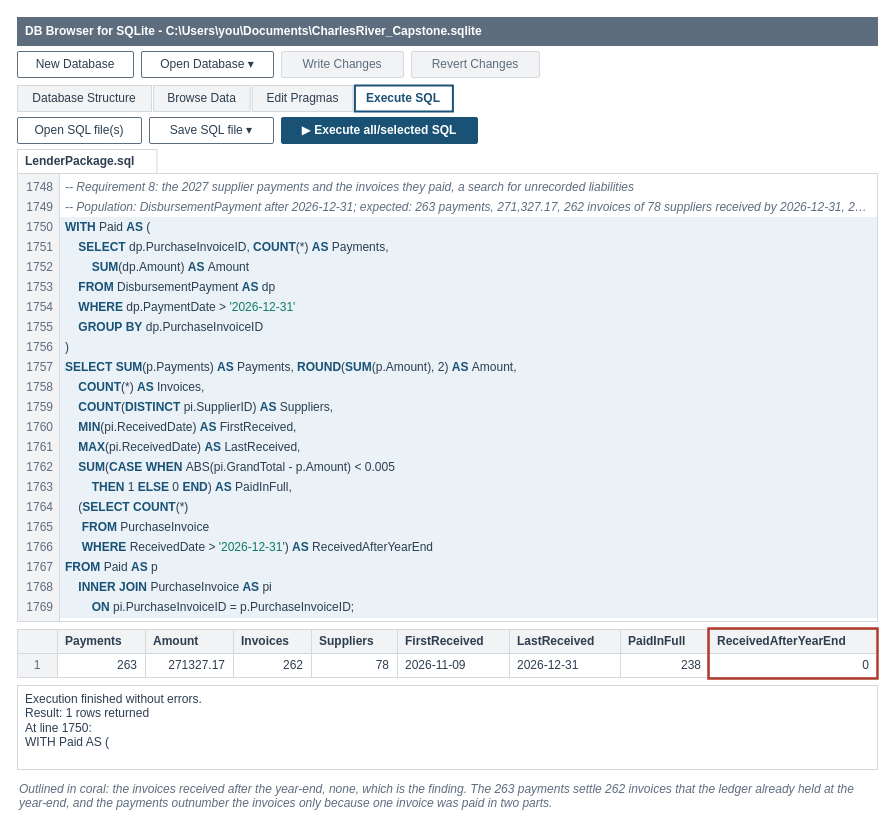
Before: facts/instructor/figures/chapter-17-statements-for-a-lender/IF-17-8-A.drawio in mmcodesso/Accounting_Analytics_Book, a draw.io diagram. Source tidied: cells renumbered, new cells numbered last; positions are measured from the earlier drawing's top-left corner, leaving out a move shared by most shapes. Both pictures are drawn from the tidied source at 100%, with x=0, y=0 at pixel (17, 17).
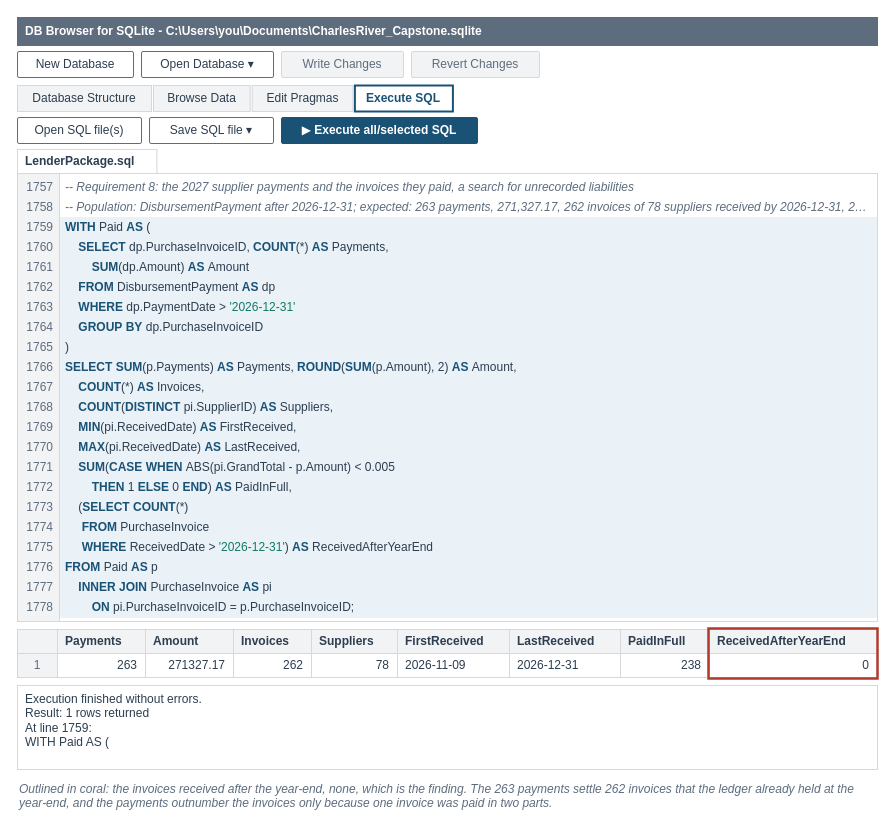
After the change.

Diff of the diagram source:
```diff
@@
-    <mxCell id="19" value="1748" style="text;html=1;whiteSpace=wrap;align=right;verticalAlign=middle;fontSize=12;fontColor=#5D6D7E;fontStyle=0;fontFamily=Helvetica;spacing=2;fillColor=none;strokeColor=none;" parent="1" vertex="1">
+    <mxCell id="19" value="1757" style="text;html=1;whiteSpace=wrap;align=right;verticalAlign=middle;fontSize=12;fontColor=#5D6D7E;fontStyle=0;fontFamily=Helvetica;spacing=2;fillColor=none;strokeColor=none;" parent="1" vertex="1">
       <mxGeometry y="160" width="38" height="20" as="geometry" />
     </mxCell>
@@
-    <mxCell id="21" value="1749" style="text;html=1;whiteSpace=wrap;align=right;verticalAlign=middle;fontSize=12;fontColor=#5D6D7E;fontStyle=0;fontFamily=Helvetica;spacing=2;fillColor=none;strokeColor=none;" parent="1" vertex="1">
+    <mxCell id="21" value="1758" style="text;html=1;whiteSpace=wrap;align=right;verticalAlign=middle;fontSize=12;fontColor=#5D6D7E;fontStyle=0;fontFamily=Helvetica;spacing=2;fillColor=none;strokeColor=none;" parent="1" vertex="1">
       <mxGeometry y="180" width="38" height="20" as="geometry" />
     </mxCell>
@@
-    <mxCell id="23" value="1750" style="text;html=1;whiteSpace=wrap;align=right;verticalAlign=middle;fontSize=12;fontColor=#5D6D7E;fontStyle=0;fontFamily=Helvetica;spacing=2;fillColor=none;strokeColor=none;" parent="1" vertex="1">
+    <mxCell id="23" value="1759" style="text;html=1;whiteSpace=wrap;align=right;verticalAlign=middle;fontSize=12;fontColor=#5D6D7E;fontStyle=0;fontFamily=Helvetica;spacing=2;fillColor=none;strokeColor=none;" parent="1" vertex="1">
       <mxGeometry y="200" width="38" height="20" as="geometry" />
     </mxCell>
@@
-    <mxCell id="25" value="1751" style="text;html=1;whiteSpace=wrap;align=right;verticalAlign=middle;fontSize=12;fontColor=#5D6D7E;fontStyle=0;fontFamily=Helvetica;spacing=2;fillColor=none;strokeColor=none;" parent="1" vertex="1">
+    <mxCell id="25" value="1760" style="text;html=1;whiteSpace=wrap;align=right;verticalAlign=middle;fontSize=12;fontColor=#5D6D7E;fontStyle=0;fontFamily=Helvetica;spacing=2;fillColor=none;strokeColor=none;" parent="1" vertex="1">
       <mxGeometry y="220" width="38" height="20" as="geometry" />
     </mxCell>
@@
-    <mxCell id="27" value="1752" style="text;html=1;whiteSpace=wrap;align=right;verticalAlign=middle;fontSize=12;fontColor=#5D6D7E;fontStyle=0;fontFamily=Helvetica;spacing=2;fillColor=none;strokeColor=none;" parent="1" vertex="1">
+    <mxCell id="27" value="1761" style="text;html=1;whiteSpace=wrap;align=right;verticalAlign=middle;fontSize=12;fontColor=#5D6D7E;fontStyle=0;fontFamily=Helvetica;spacing=2;fillColor=none;strokeColor=none;" parent="1" vertex="1">
       <mxGeometry y="240" width="38" height="20" as="geometry" />
     </mxCell>
@@
-    <mxCell id="29" value="1753" style="text;html=1;whiteSpace=wrap;align=right;verticalAlign=middle;fontSize=12;fontColor=#5D6D7E;fontStyle=0;fontFamily=Helvetica;spacing=2;fillColor=none;strokeColor=none;" parent="1" vertex="1">
+    <mxCell id="29" value="1762" style="text;html=1;whiteSpace=wrap;align=right;verticalAlign=middle;fontSize=12;fontColor=#5D6D7E;fontStyle=0;fontFamily=Helvetica;spacing=2;fillColor=none;strokeColor=none;" parent="1" vertex="1">
       <mxGeometry y="260" width="38" height="20" as="geometry" />
     </mxCell>
@@
-    <mxCell id="31" value="1754" style="text;html=1;whiteSpace=wrap;align=right;verticalAlign=middle;fontSize=12;fontColor=#5D6D7E;fontStyle=0;fontFamily=Helvetica;spacing=2;fillColor=none;strokeColor=none;" parent="1" vertex="1">
+    <mxCell id="31" value="1763" style="text;html=1;whiteSpace=wrap;align=right;verticalAlign=middle;fontSize=12;fontColor=#5D6D7E;fontStyle=0;fontFamily=Helvetica;spacing=2;fillColor=none;strokeColor=none;" parent="1" vertex="1">
       <mxGeometry y="280" width="38" height="20" as="geometry" />
     </mxCell>
@@
-    <mxCell id="33" value="1755" style="text;html=1;whiteSpace=wrap;align=right;verticalAlign=middle;fontSize=12;fontColor=#5D6D7E;fontStyle=0;fontFamily=Helvetica;spacing=2;fillColor=none;strokeColor=none;" parent="1" vertex="1">
+    <mxCell id="33" value="1764" style="text;html=1;whiteSpace=wrap;align=right;verticalAlign=middle;fontSize=12;fontColor=#5D6D7E;fontStyle=0;fontFamily=Helvetica;spacing=2;fillColor=none;strokeColor=none;" parent="1" vertex="1">
       <mxGeometry y="300" width="38" height="20" as="geometry" />
     </mxCell>
@@
-    <mxCell id="35" value="1756" style="text;html=1;whiteSpace=wrap;align=right;verticalAlign=middle;fontSize=12;fontColor=#5D6D7E;fontStyle=0;fontFamily=Helvetica;spacing=2;fillColor=none;strokeColor=none;" parent="1" vertex="1">
+    <mxCell id="35" value="1765" style="text;html=1;whiteSpace=wrap;align=right;verticalAlign=middle;fontSize=12;fontColor=#5D6D7E;fontStyle=0;fontFamily=Helvetica;spacing=2;fillColor=none;strokeColor=none;" parent="1" vertex="1">
       <mxGeometry y="320" width="38" height="20" as="geometry" />
     </mxCell>
@@
-    <mxCell id="37" value="1757" style="text;html=1;whiteSpace=wrap;align=right;verticalAlign=middle;fontSize=12;fontColor=#5D6D7E;fontStyle=0;fontFamily=Helvetica;spacing=2;fillColor=none;strokeColor=none;" parent="1" vertex="1">
+    <mxCell id="37" value="1766" style="text;html=1;whiteSpace=wrap;align=right;verticalAlign=middle;fontSize=12;fontColor=#5D6D7E;fontStyle=0;fontFamily=Helvetica;spacing=2;fillColor=none;strokeColor=none;" parent="1" vertex="1">
       <mxGeometry y="340" width="38" height="20" as="geometry" />
     </mxCell>
@@
-    <mxCell id="39" value="1758" style="text;html=1;whiteSpace=wrap;align=right;verticalAlign=middle;fontSize=12;fontColor=#5D6D7E;fontStyle=0;fontFamily=Helvetica;spacing=2;fillColor=none;strokeColor=none;" parent="1" vertex="1">
+    <mxCell id="39" value="1767" style="text;html=1;whiteSpace=wrap;align=right;verticalAlign=middle;fontSize=12;fontColor=#5D6D7E;fontStyle=0;fontFamily=Helvetica;spacing=2;fillColor=none;strokeColor=none;" parent="1" vertex="1">
       <mxGeometry y="360" width="38" height="20" as="geometry" />
     </mxCell>
@@
-    <mxCell id="41" value="1759" style="text;html=1;whiteSpace=wrap;align=right;verticalAlign=middle;fontSize=12;fontColor=#5D6D7E;fontStyle=0;fontFamily=Helvetica;spacing=2;fillColor=none;strokeColor=none;" parent="1" vertex="1">
+    <mxCell id="41" value="1768" style="text;html=1;whiteSpace=wrap;align=right;verticalAlign=middle;fontSize=12;fontColor=#5D6D7E;fontStyle=0;fontFamily=Helvetica;spacing=2;fillColor=none;strokeColor=none;" parent="1" vertex="1">
       <mxGeometry y="380" width="38" height="20" as="geometry" />
     </mxCell>
@@
-    <mxCell id="43" value="1760" style="text;html=1;whiteSpace=wrap;align=right;verticalAlign=middle;fontSize=12;fontColor=#5D6D7E;fontStyle=0;fontFamily=Helvetica;spacing=2;fillColor=none;strokeColor=none;" parent="1" vertex="1">
+    <mxCell id="43" value="1769" style="text;html=1;whiteSpace=wrap;align=right;verticalAlign=middle;fontSize=12;fontColor=#5D6D7E;fontStyle=0;fontFamily=Helvetica;spacing=2;fillColor=none;strokeColor=none;" parent="1" vertex="1">
       <mxGeometry y="400" width="38" height="20" as="geometry" />
     </mxCell>
@@
-    <mxCell id="45" value="1761" style="text;html=1;whiteSpace=wrap;align=right;verticalAlign=middle;fontSize=12;fontColor=#5D6D7E;fontStyle=0;fontFamily=Helvetica;spacing=2;fillColor=none;strokeColor=none;" parent="1" vertex="1">
+    <mxCell id="45" value="1770" style="text;html=1;whiteSpace=wrap;align=right;verticalAlign=middle;fontSize=12;fontColor=#5D6D7E;fontStyle=0;fontFamily=Helvetica;spacing=2;fillColor=none;strokeColor=none;" parent="1" vertex="1">
       <mxGeometry y="420" width="38" height="20" as="geometry" />
     </mxCell>
@@
-    <mxCell id="47" value="1762" style="text;html=1;whiteSpace=wrap;align=right;verticalAlign=middle;fontSize=12;fontColor=#5D6D7E;fontStyle=0;fontFamily=Helvetica;spacing=2;fillColor=none;strokeColor=none;" parent="1" vertex="1">
+    <mxCell id="47" value="1771" style="text;html=1;whiteSpace=wrap;align=right;verticalAlign=middle;fontSize=12;fontColor=#5D6D7E;fontStyle=0;fontFamily=Helvetica;spacing=2;fillColor=none;strokeColor=none;" parent="1" vertex="1">
       <mxGeometry y="440" width="38" height="20" as="geometry" />
     </mxCell>
@@
-    <mxCell id="49" value="1763" style="text;html=1;whiteSpace=wrap;align=right;verticalAlign=middle;fontSize=12;fontColor=#5D6D7E;fontStyle=0;fontFamily=Helvetica;spacing=2;fillColor=none;strokeColor=none;" parent="1" vertex="1">
+    <mxCell id="49" value="1772" style="text;html=1;whiteSpace=wrap;align=right;verticalAlign=middle;fontSize=12;fontColor=#5D6D7E;fontStyle=0;fontFamily=Helvetica;spacing=2;fillColor=none;strokeColor=none;" parent="1" vertex="1">
       <mxGeometry y="460" width="38" height="20" as="geometry" />
     </mxCell>
@@
-    <mxCell id="51" value="1764" style="text;html=1;whiteSpace=wrap;align=right;verticalAlign=middle;fontSize=12;fontColor=#5D6D7E;fontStyle=0;fontFamily=Helvetica;spacing=2;fillColor=none;strokeColor=none;" parent="1" vertex="1">
+    <mxCell id="51" value="1773" style="text;html=1;whiteSpace=wrap;align=right;verticalAlign=middle;fontSize=12;fontColor=#5D6D7E;fontStyle=0;fontFamily=Helvetica;spacing=2;fillColor=none;strokeColor=none;" parent="1" vertex="1">
       <mxGeometry y="480" width="38" height="20" as="geometry" />
     </mxCell>
@@
-    <mxCell id="53" value="1765" style="text;html=1;whiteSpace=wrap;align=right;verticalAlign=middle;fontSize=12;fontColor=#5D6D7E;fontStyle=0;fontFamily=Helvetica;spacing=2;fillColor=none;strokeColor=none;" parent="1" vertex="1">
+    <mxCell id="53" value="1774" style="text;html=1;whiteSpace=wrap;align=right;verticalAlign=middle;fontSize=12;fontColor=#5D6D7E;fontStyle=0;fontFamily=Helvetica;spacing=2;fillColor=none;strokeColor=none;" parent="1" vertex="1">
       <mxGeometry y="500" width="38" height="20" as="geometry" />
     </mxCell>
@@
-    <mxCell id="55" value="1766" style="text;html=1;whiteSpace=wrap;align=right;verticalAlign=middle;fontSize=12;fontColor=#5D6D7E;fontStyle=0;fontFamily=Helvetica;spacing=2;fillColor=none;strokeColor=none;" parent="1" vertex="1">
+    <mxCell id="55" value="1775" style="text;html=1;whiteSpace=wrap;align=right;verticalAlign=middle;fontSize=12;fontColor=#5D6D7E;fontStyle=0;fontFamily=Helvetica;spacing=2;fillColor=none;strokeColor=none;" parent="1" vertex="1">
       <mxGeometry y="520" width="38" height="20" as="geometry" />
     </mxCell>
@@
-    <mxCell id="57" value="1767" style="text;html=1;whiteSpace=wrap;align=right;verticalAlign=middle;fontSize=12;fontColor=#5D6D7E;fontStyle=0;fontFamily=Helvetica;spacing=2;fillColor=none;strokeColor=none;" parent="1" vertex="1">
+    <mxCell id="57" value="1776" style="text;html=1;whiteSpace=wrap;align=right;verticalAlign=middle;fontSize=12;fontColor=#5D6D7E;fontStyle=0;fontFamily=Helvetica;spacing=2;fillColor=none;strokeColor=none;" parent="1" vertex="1">
       <mxGeometry y="540" width="38" height="20" as="geometry" />
     </mxCell>
@@
-    <mxCell id="59" value="1768" style="text;html=1;whiteSpace=wrap;align=right;verticalAlign=middle;fontSize=12;fontColor=#5D6D7E;fontStyle=0;fontFamily=Helvetica;spacing=2;fillColor=none;strokeColor=none;" parent="1" vertex="1">
+    <mxCell id="59" value="1777" style="text;html=1;whiteSpace=wrap;align=right;verticalAlign=middle;fontSize=12;fontColor=#5D6D7E;fontStyle=0;fontFamily=Helvetica;spacing=2;fillColor=none;strokeColor=none;" parent="1" vertex="1">
       <mxGeometry y="560" width="38" height="20" as="geometry" />
     </mxCell>
@@
-    <mxCell id="61" value="1769" style="text;html=1;whiteSpace=wrap;align=right;verticalAlign=middle;fontSize=12;fontColor=#5D6D7E;fontStyle=0;fontFamily=Helvetica;spacing=2;fillColor=none;strokeColor=none;" parent="1" vertex="1">
+    <mxCell id="61" value="1778" style="text;html=1;whiteSpace=wrap;align=right;verticalAlign=middle;fontSize=12;fontColor=#5D6D7E;fontStyle=0;fontFamily=Helvetica;spacing=2;fillColor=none;strokeColor=none;" parent="1" vertex="1">
       <mxGeometry y="580" width="38" height="20" as="geometry" />
     </mxCell>
@@
-    <mxCell id="81" value="Execution finished without errors.&lt;br&gt;Result: 1 rows returned&lt;br&gt;At line 1750:&lt;br&gt;WITH Paid AS (" style="rounded=0;arcSize=6;whiteSpace=wrap;html=1;fillColor=#FFFFFF;strokeColor=#D5D8DC;strokeWidth=1;fontColor=#2C3E50;fontSize=12;fontStyle=0;align=left;verticalAlign=top;fontFamily=Helvetica;spacingLeft=6;spacingRight=6;" parent="1" vertex="1">
+    <mxCell id="81" value="Execution finished without errors.&lt;br&gt;Result: 1 rows returned&lt;br&gt;At line 1759:&lt;br&gt;WITH Paid AS (" style="rounded=0;arcSize=6;whiteSpace=wrap;html=1;fillColor=#FFFFFF;strokeColor=#D5D8DC;strokeWidth=1;fontColor=#2C3E50;fontSize=12;fontStyle=0;align=left;verticalAlign=top;fontFamily=Helvetica;spacingLeft=6;spacingRight=6;" parent="1" vertex="1">
       <mxGeometry y="668" width="860" height="84" as="geometry" />
     </mxCell>
```
